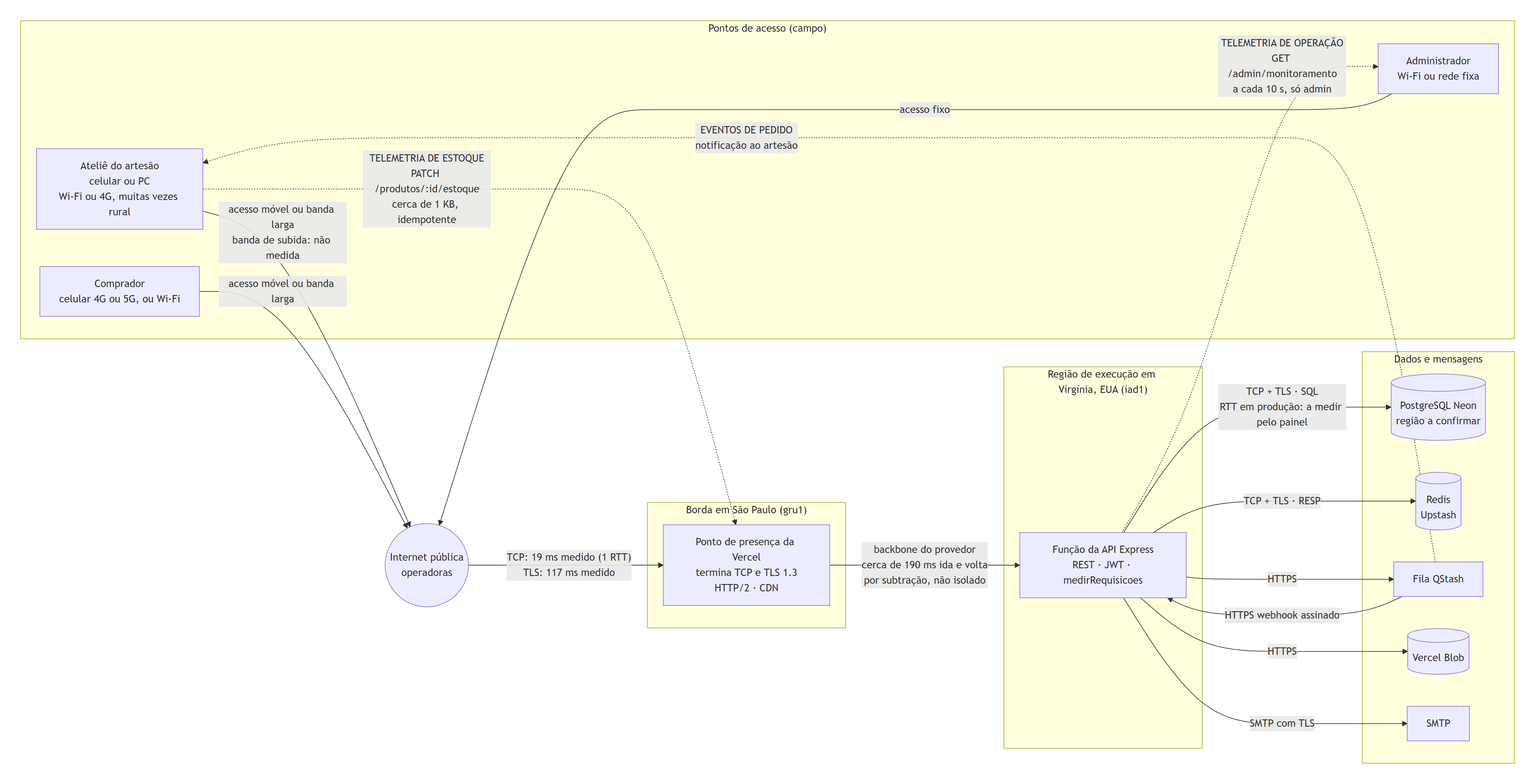
Above: docs/so/topologia-rede.png in comparoto/Ponto-da-Terra (Mermaid), before the change. Its source is kept beside it as docs/so/topologia-rede.mmd. Source of this version:
```mermaid
flowchart LR
  subgraph CAMPO["Pontos de acesso (campo)"]
    direction TB
    ATE["Ateliê do artesão<br/>celular ou PC<br/>Wi-Fi ou 4G, muitas vezes rural"]
    COMP["Comprador<br/>celular 4G ou 5G, ou Wi-Fi"]
    ADMIN["Administrador<br/>Wi-Fi ou rede fixa"]
  end

  NET(("Internet pública<br/>operadoras"))

  subgraph SP["Borda em São Paulo (gru1)"]
    POP["Ponto de presença da Vercel<br/>termina TCP e TLS 1.3<br/>HTTP/2 · CDN"]
  end

  subgraph EUA["Região de execução em Virgínia, EUA (iad1)"]
    FN["Função da API Express<br/>REST · JWT · medirRequisicoes"]
  end

  subgraph DADOS["Dados e mensagens"]
    direction TB
    PG[("PostgreSQL Neon<br/>região a confirmar")]
    RD[("Redis<br/>Upstash")]
    QS["Fila QStash"]
    BL[("Vercel Blob")]
    SM["SMTP"]
  end

  ATE -- "acesso móvel ou banda larga<br/>banda de subida: não medida" --> NET
  COMP -- "acesso móvel ou banda larga" --> NET
  ADMIN -- "acesso fixo" --> NET
  NET -- "TCP: 19 ms medido (1 RTT)<br/>TLS: 117 ms medido" --> POP
  POP -- "backbone do provedor<br/>cerca de 190 ms ida e volta<br/>por subtração, não isolado" --> FN
  FN -- "TCP + TLS · SQL<br/>RTT em produção: a medir pelo painel" --> PG
  FN -- "TCP + TLS · RESP" --> RD
  FN -- "HTTPS" --> QS
  QS -- "HTTPS webhook assinado" --> FN
  FN -- "HTTPS" --> BL
  FN -- "SMTP com TLS" --> SM

  ATE -. "TELEMETRIA DE ESTOQUE<br/>PATCH /produtos/:id/estoque<br/>cerca de 1 KB, idempotente" .-> POP
  FN -. "TELEMETRIA DE OPERAÇÃO<br/>GET /admin/monitoramento<br/>a cada 10 s, só admin" .-> ADMIN
  QS -. "EVENTOS DE PEDIDO<br/>notificação ao artesão" .-> ATE
```
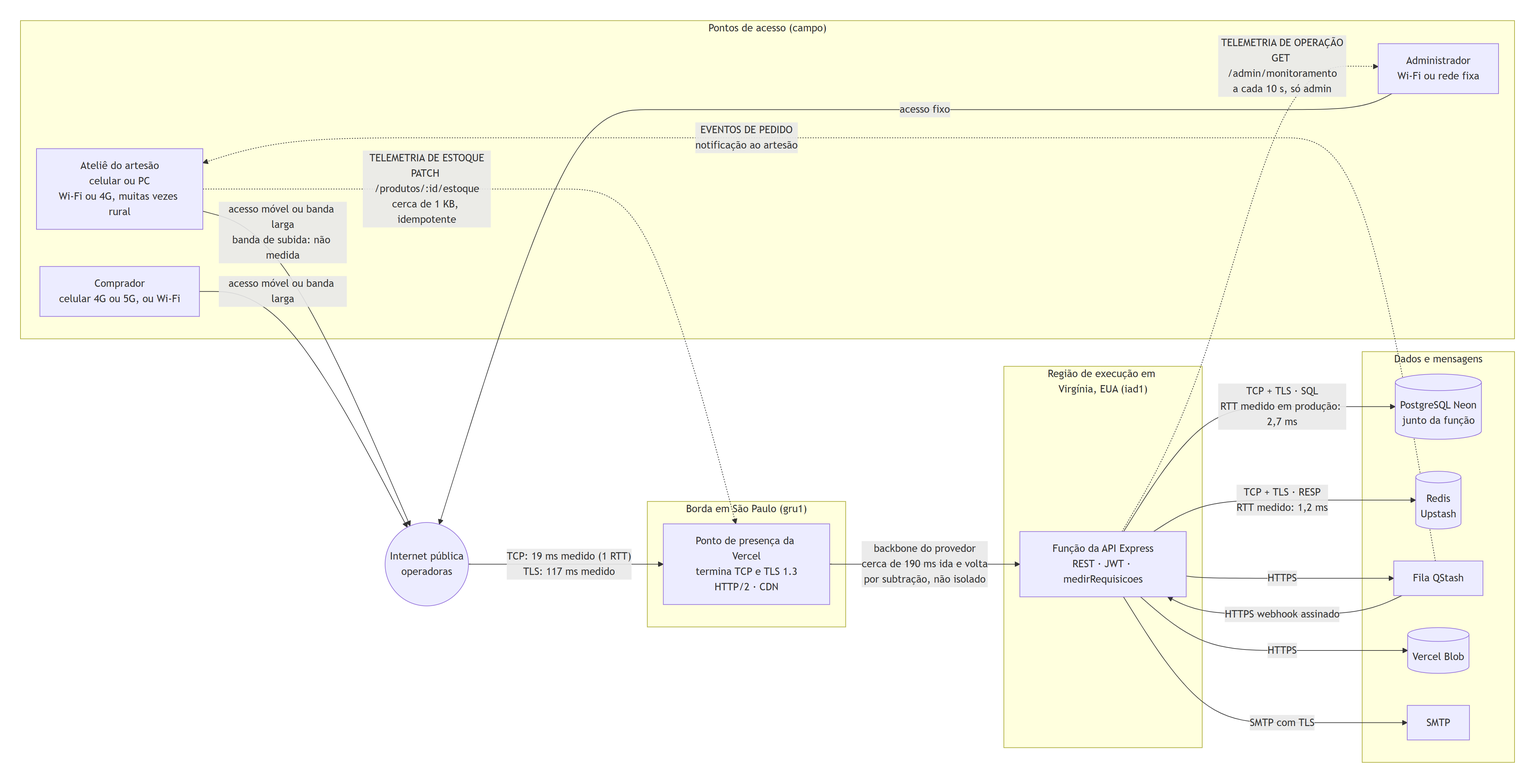
Later version of the same file.

Change to the diagram source:
```diff
@@ -18,7 +18,7 @@
 
   subgraph DADOS["Dados e mensagens"]
     direction TB
-    PG[("PostgreSQL Neon<br/>região a confirmar")]
+    PG[("PostgreSQL Neon<br/>junto da função")]
     RD[("Redis<br/>Upstash")]
     QS["Fila QStash"]
     BL[("Vercel Blob")]
@@ -30,8 +30,8 @@
   ADMIN -- "acesso fixo" --> NET
   NET -- "TCP: 19 ms medido (1 RTT)<br/>TLS: 117 ms medido" --> POP
   POP -- "backbone do provedor<br/>cerca de 190 ms ida e volta<br/>por subtração, não isolado" --> FN
-  FN -- "TCP + TLS · SQL<br/>RTT em produção: a medir pelo painel" --> PG
-  FN -- "TCP + TLS · RESP" --> RD
+  FN -- "TCP + TLS · SQL<br/>RTT medido em produção: 2,7 ms" --> PG
+  FN -- "TCP + TLS · RESP<br/>RTT medido: 1,2 ms" --> RD
   FN -- "HTTPS" --> QS
   QS -- "HTTPS webhook assinado" --> FN
   FN -- "HTTPS" --> BL
```
